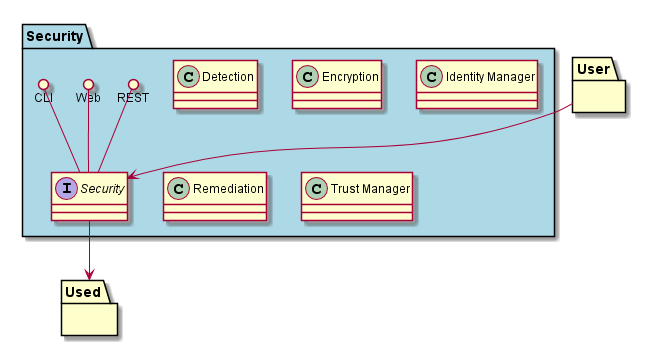
Earlier version of the PlantUML export docs/Solution/Control/Security/Logical.png (CAADE/edgeville).
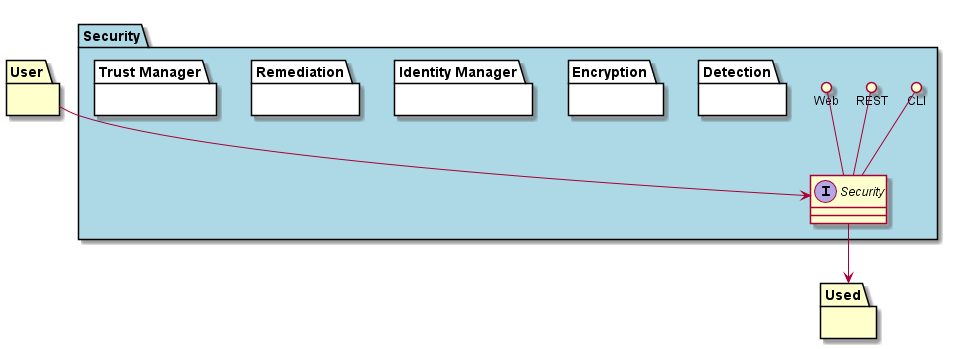
Above is the later version.

What changed in the source:
```diff
@@ -16,11 +16,16 @@
     CLI ()-- "Security"
     REST ()-- "Security"
     Web ()-- "Security"
-    class Detection
-    class Encryption
-    class "Identity Manager"
-    class "Remediation"
-    class "Trust Manager"
+    package Detection {
+    }
+    package Encryption {
+    }
+    package "Identity Manager" {
+    }
+    package "Remediation" {
+    }
+    package "Trust Manager" {
+    }
 }
 
 User --> "Security"
```
